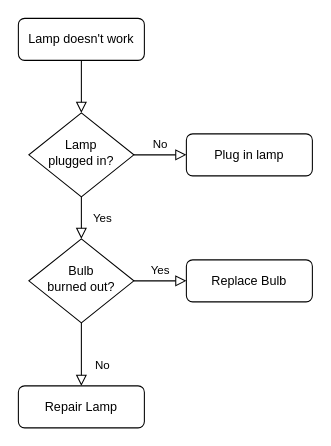
Earlier version of the draw.io diagram condicionais.drawio (BrunoMovio/jonhson-git). Source tidied: cells renumbered, new cells numbered last; positions are measured from the earlier drawing's top-left corner, leaving out a move shared by most shapes. Both pictures are drawn from the tidied source at 105%, with x=0, y=0 at pixel (18, 18).
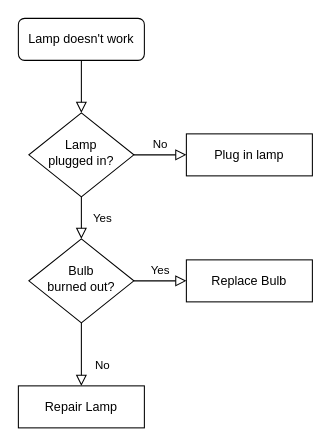
The same diagram, later.

Change to the diagram source:
```diff
@@
 <mxGraphModel>
   <root>
     <mxCell id="0" />
     <mxCell id="1" parent="0" />
     <mxCell id="2" style="rounded=0;html=1;jettySize=auto;fontSize=11;endArrow=block;endFill=0;endSize=8;strokeWidth=1;shadow=0;labelBackgroundColor=none;edgeStyle=orthogonalEdgeStyle;" parent="1" edge="1" source="3" target="6">
       <mxGeometry relative="1" as="geometry" />
     </mxCell>
     <mxCell id="3" value="Lamp doesn't work" style="rounded=1;whiteSpace=wrap;html=1;fontSize=12;glass=0;strokeWidth=1;shadow=0;" parent="1" vertex="1">
       <mxGeometry width="120" height="40" as="geometry" />
     </mxCell>
     <mxCell id="4" value="Yes" style="rounded=0;html=1;jettySize=auto;fontSize=11;endArrow=block;endFill=0;endSize=8;strokeWidth=1;shadow=0;labelBackgroundColor=none;edgeStyle=orthogonalEdgeStyle;" parent="1" edge="1" source="6" target="10">
       <mxGeometry y="20" relative="1" as="geometry" />
     </mxCell>
     <mxCell id="5" value="No" style="edgeStyle=orthogonalEdgeStyle;rounded=0;html=1;jettySize=auto;fontSize=11;endArrow=block;endFill=0;endSize=8;strokeWidth=1;shadow=0;labelBackgroundColor=none;" parent="1" edge="1" source="6" target="7">
       <mxGeometry y="10" relative="1" as="geometry" />
     </mxCell>
     <mxCell id="6" value="Lamp&lt;br&gt;plugged in?" style="rhombus;whiteSpace=wrap;html=1;shadow=0;fontFamily=Helvetica;fontSize=12;align=center;strokeWidth=1;spacing=6;spacingTop=-4;" parent="1" vertex="1">
       <mxGeometry x="10" y="90" width="100" height="80" as="geometry" />
     </mxCell>
-    <mxCell id="7" value="Plug in lamp" style="rounded=1;whiteSpace=wrap;html=1;fontSize=12;glass=0;strokeWidth=1;shadow=0;" parent="1" vertex="1">
+    <mxCell id="7" value="Plug in lamp" style="rounded=0;whiteSpace=wrap;html=1;fontSize=12;glass=0;strokeWidth=1;shadow=0;" parent="1" vertex="1">
       <mxGeometry x="160" y="110" width="120" height="40" as="geometry" />
     </mxCell>
     <mxCell id="8" value="No" style="rounded=0;html=1;jettySize=auto;fontSize=11;endArrow=block;endFill=0;endSize=8;strokeWidth=1;shadow=0;labelBackgroundColor=none;edgeStyle=orthogonalEdgeStyle;" parent="1" edge="1" source="10" target="11">
       <mxGeometry x="0.33" y="20" relative="1" as="geometry" />
     </mxCell>
     <mxCell id="9" value="Yes" style="edgeStyle=orthogonalEdgeStyle;rounded=0;html=1;jettySize=auto;fontSize=11;endArrow=block;endFill=0;endSize=8;strokeWidth=1;shadow=0;labelBackgroundColor=none;" parent="1" edge="1" source="10" target="12">
       <mxGeometry y="10" relative="1" as="geometry" />
     </mxCell>
     <mxCell id="10" value="Bulb&lt;br&gt;burned out?" style="rhombus;whiteSpace=wrap;html=1;shadow=0;fontFamily=Helvetica;fontSize=12;align=center;strokeWidth=1;spacing=6;spacingTop=-4;" parent="1" vertex="1">
       <mxGeometry x="10" y="210" width="100" height="80" as="geometry" />
     </mxCell>
-    <mxCell id="11" value="Repair Lamp" style="rounded=1;whiteSpace=wrap;html=1;fontSize=12;glass=0;strokeWidth=1;shadow=0;" parent="1" vertex="1">
+    <mxCell id="11" value="Repair Lamp" style="rounded=0;whiteSpace=wrap;html=1;fontSize=12;glass=0;strokeWidth=1;shadow=0;" parent="1" vertex="1">
       <mxGeometry y="350" width="120" height="40" as="geometry" />
     </mxCell>
-    <mxCell id="12" value="Replace Bulb" style="rounded=1;whiteSpace=wrap;html=1;fontSize=12;glass=0;strokeWidth=1;shadow=0;" parent="1" vertex="1">
+    <mxCell id="12" value="Replace Bulb" style="rounded=0;whiteSpace=wrap;html=1;fontSize=12;glass=0;strokeWidth=1;shadow=0;" parent="1" vertex="1">
       <mxGeometry x="160" y="230" width="120" height="40" as="geometry" />
     </mxCell>
   </root>
 </mxGraphModel>
```
